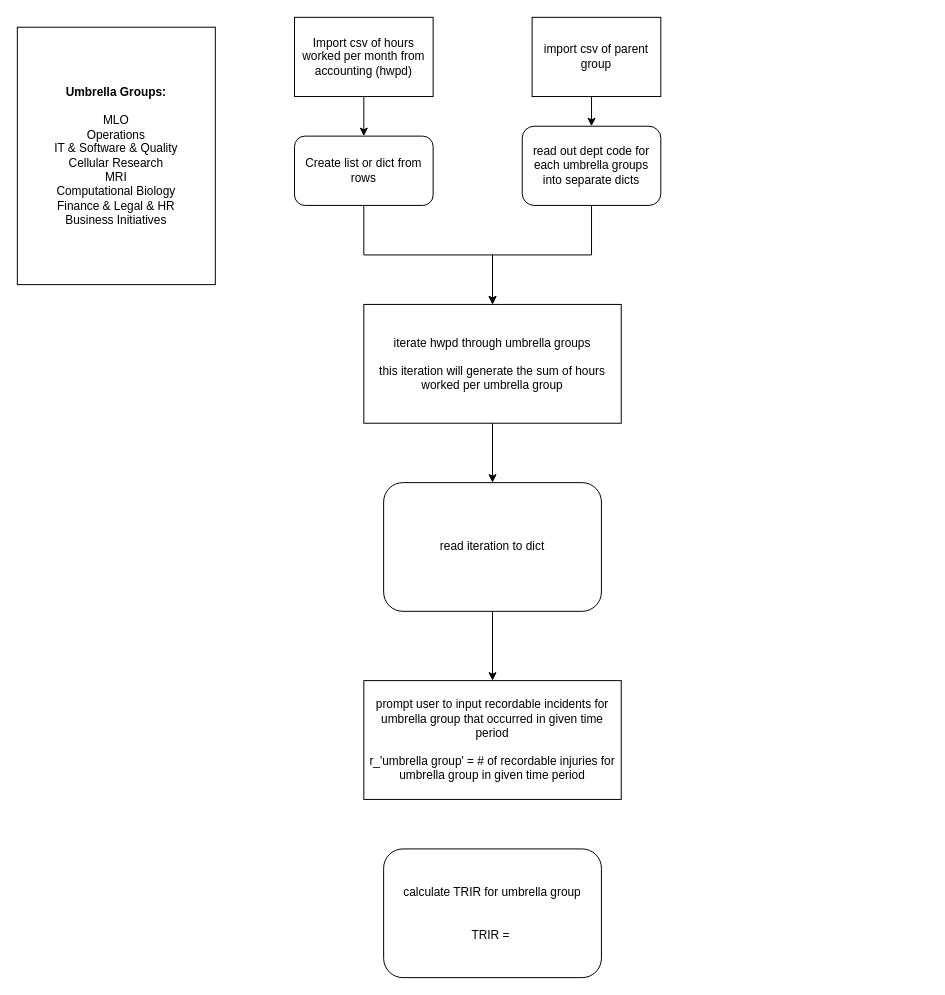
PhoenixTagal/Haku keeps this draw.io diagram as page "TRIR calculation workflow" (3 of 10) of Adaptive_org_classification.drawio. Above is the earlier version. Source tidied: cells renumbered, new cells numbered last; positions are measured from the earlier drawing's top-left corner, leaving out a move shared by most shapes. Both pictures are drawn from the tidied source at 99%, with x=0, y=0 at pixel (17, 17).
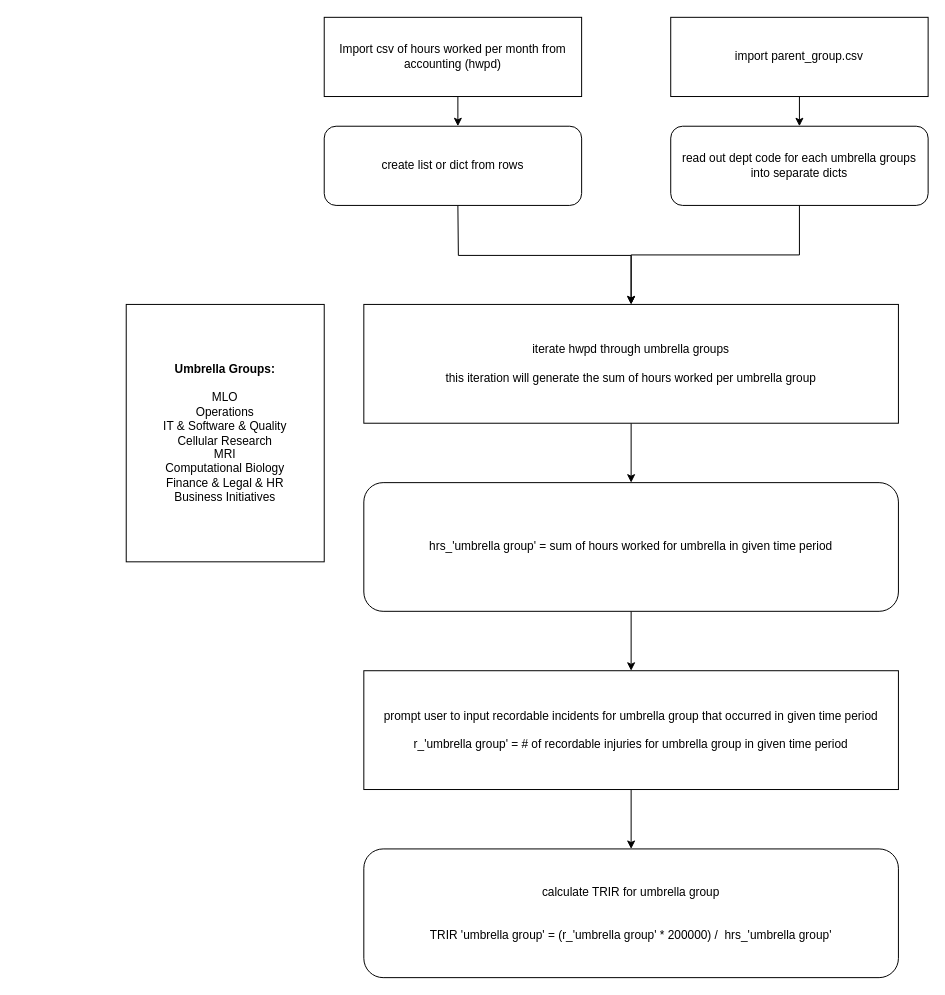
The same diagram, later.

Diff of the diagram source:
```diff
@@
 <mxGraphModel>
   <root>
     <mxCell id="0" />
     <mxCell id="1" parent="0" />
-    <mxCell id="2" style="edgeStyle=orthogonalEdgeStyle;rounded=0;jettySize=auto;html=1;exitX=0.5;exitY=1;exitDx=0;exitDy=0;entryX=0.5;entryY=0;entryDx=0;entryDy=0;" parent="1" edge="1" source="3" target="10">
-      <mxGeometry relative="1" as="geometry" />
+    <mxCell id="2" style="edgeStyle=orthogonalEdgeStyle;rounded=0;jettySize=auto;html=1;exitX=0.5;exitY=1;exitDx=0;exitDy=0;entryX=0.5;entryY=0;entryDx=0;entryDy=0;" parent="1" edge="1" source="3">
+      <mxGeometry relative="1" as="geometry">
+        <mxPoint x="445" y="110" as="targetPoint" />
+      </mxGeometry>
     </mxCell>
     <mxCell id="3" value="Import csv of hours worked per month from accounting (hwpd)" style="rounded=0;whiteSpace=wrap;html=1;fillColor=#FFFFFF;" parent="1" vertex="1">
-      <mxGeometry x="280" width="140" height="80" as="geometry" />
+      <mxGeometry x="310" width="260" height="80" as="geometry" />
     </mxCell>
     <mxCell id="4" style="edgeStyle=orthogonalEdgeStyle;rounded=0;jettySize=auto;html=1;exitX=0.5;exitY=1;exitDx=0;exitDy=0;entryX=0.5;entryY=0;entryDx=0;entryDy=0;" parent="1" edge="1" source="5" target="7">
       <mxGeometry relative="1" as="geometry" />
     </mxCell>
     <mxCell id="5" value="read out dept code for each umbrella groups into separate dicts" style="rounded=1;whiteSpace=wrap;html=1;fillColor=#FFFFFF;" parent="1" vertex="1">
-      <mxGeometry x="510" y="110" width="140" height="80" as="geometry" />
+      <mxGeometry x="660" y="110" width="260" height="80" as="geometry" />
     </mxCell>
     <mxCell id="6" style="edgeStyle=orthogonalEdgeStyle;rounded=0;jettySize=auto;html=1;exitX=0.5;exitY=1;exitDx=0;exitDy=0;entryX=0.5;entryY=0;entryDx=0;entryDy=0;" parent="1" edge="1" source="7" target="14">
       <mxGeometry relative="1" as="geometry" />
     </mxCell>
     <mxCell id="7" value="iterate hwpd through umbrella groups&lt;br&gt;&lt;br&gt;this iteration will generate the sum of hours worked per umbrella group" style="rounded=0;whiteSpace=wrap;html=1;fillColor=#FFFFFF;" parent="1" vertex="1">
-      <mxGeometry x="350" y="290" width="260" height="120" as="geometry" />
+      <mxGeometry x="350" y="290" width="540" height="120" as="geometry" />
     </mxCell>
     <mxCell id="8" value="&lt;b&gt;Umbrella Groups:&lt;/b&gt;&lt;br&gt;&lt;br&gt;MLO&lt;br&gt;Operations&lt;br&gt;IT &amp;amp; Software &amp;amp; Quality&lt;br&gt;Cellular Research&lt;br&gt;MRI&lt;br&gt;Computational Biology&lt;br&gt;Finance &amp;amp; Legal &amp;amp; HR&lt;br&gt;Business Initiatives" style="rounded=0;whiteSpace=wrap;html=1;fillColor=#FFFFFF;" parent="1" vertex="1">
-      <mxGeometry y="10" width="200" height="260" as="geometry" />
+      <mxGeometry x="110" y="290" width="200" height="260" as="geometry" />
     </mxCell>
-    <mxCell id="9" style="edgeStyle=orthogonalEdgeStyle;rounded=0;jettySize=auto;html=1;exitX=0.5;exitY=1;exitDx=0;exitDy=0;entryX=0.5;entryY=0;entryDx=0;entryDy=0;" parent="1" edge="1" source="10" target="7">
-      <mxGeometry relative="1" as="geometry" />
+    <mxCell id="9" style="edgeStyle=orthogonalEdgeStyle;rounded=0;jettySize=auto;html=1;exitX=0.5;exitY=1;exitDx=0;exitDy=0;entryX=0.5;entryY=0;entryDx=0;entryDy=0;" parent="1" edge="1" target="7">
+      <mxGeometry relative="1" as="geometry">
+        <mxPoint x="445" y="190" as="sourcePoint" />
+      </mxGeometry>
     </mxCell>
-    <mxCell id="10" value="Create list or dict from rows" style="rounded=1;whiteSpace=wrap;html=1;fillColor=#FFFFFF;" parent="1" vertex="1">
-      <mxGeometry x="280" y="120" width="140" height="70" as="geometry" />
-    </mxCell>
     <mxCell id="11" style="edgeStyle=orthogonalEdgeStyle;rounded=0;jettySize=auto;html=1;exitX=0.5;exitY=1;exitDx=0;exitDy=0;entryX=0.5;entryY=0;entryDx=0;entryDy=0;" parent="1" edge="1" source="12" target="5">
       <mxGeometry relative="1" as="geometry" />
     </mxCell>
-    <mxCell id="12" value="import csv of parent group" style="rounded=0;whiteSpace=wrap;html=1;fillColor=#FFFFFF;" parent="1" vertex="1">
-      <mxGeometry x="520" width="130" height="80" as="geometry" />
+    <mxCell id="12" value="import parent_group.csv" style="rounded=0;whiteSpace=wrap;html=1;fillColor=#FFFFFF;" parent="1" vertex="1">
+      <mxGeometry x="660" width="260" height="80" as="geometry" />
     </mxCell>
     <mxCell id="13" style="edgeStyle=orthogonalEdgeStyle;rounded=0;jettySize=auto;html=1;exitX=0.5;exitY=1;exitDx=0;exitDy=0;entryX=0.5;entryY=0;entryDx=0;entryDy=0;" parent="1" edge="1" source="14" target="15">
       <mxGeometry relative="1" as="geometry" />
     </mxCell>
-    <mxCell id="14" value="read iteration to dict" style="rounded=1;whiteSpace=wrap;html=1;fillColor=#FFFFFF;" parent="1" vertex="1">
-      <mxGeometry x="370" y="470" width="220" height="130" as="geometry" />
+    <mxCell id="14" value="hrs_'umbrella group' = sum of hours worked for umbrella in given time period" style="rounded=1;whiteSpace=wrap;html=1;fillColor=#FFFFFF;" parent="1" vertex="1">
+      <mxGeometry x="350" y="470" width="540" height="130" as="geometry" />
     </mxCell>
+    <mxCell id="17" style="edgeStyle=orthogonalEdgeStyle;rounded=0;jettySize=auto;html=1;exitX=0.5;exitY=1;exitDx=0;exitDy=0;entryX=0.5;entryY=0;entryDx=0;entryDy=0;" parent="1" edge="1" source="15" target="16">
+      <mxGeometry relative="1" as="geometry" />
+    </mxCell>
     <mxCell id="15" value="prompt user to input recordable incidents for umbrella group that occurred in given time period&lt;br&gt;&lt;br&gt;r_'umbrella group' = # of recordable injuries for umbrella group in given time period" style="rounded=0;whiteSpace=wrap;html=1;fillColor=#FFFFFF;" parent="1" vertex="1">
-      <mxGeometry x="350" y="670" width="260" height="120" as="geometry" />
+      <mxGeometry x="350" y="660" width="540" height="120" as="geometry" />
     </mxCell>
-    <mxCell id="16" value="calculate TRIR for umbrella group&lt;br&gt;&lt;br&gt;&lt;br&gt;TRIR =&amp;nbsp;" style="rounded=1;whiteSpace=wrap;html=1;fillColor=#FFFFFF;" parent="1" vertex="1">
-      <mxGeometry x="370" y="840" width="220" height="130" as="geometry" />
+    <mxCell id="16" value="calculate TRIR for umbrella group&lt;br&gt;&lt;br&gt;&lt;br&gt;TRIR 'umbrella group' = (r_'umbrella group' * 200000) /&amp;nbsp; hrs_'umbrella group'" style="rounded=1;whiteSpace=wrap;html=1;fillColor=#FFFFFF;" parent="1" vertex="1">
+      <mxGeometry x="350" y="840" width="540" height="130" as="geometry" />
     </mxCell>
+    <mxCell id="18" value="create list or dict from rows" style="rounded=1;whiteSpace=wrap;html=1;fillColor=#FFFFFF;" parent="1" vertex="1">
+      <mxGeometry x="310" y="110" width="260" height="80" as="geometry" />
+    </mxCell>
   </root>
 </mxGraphModel>
```
